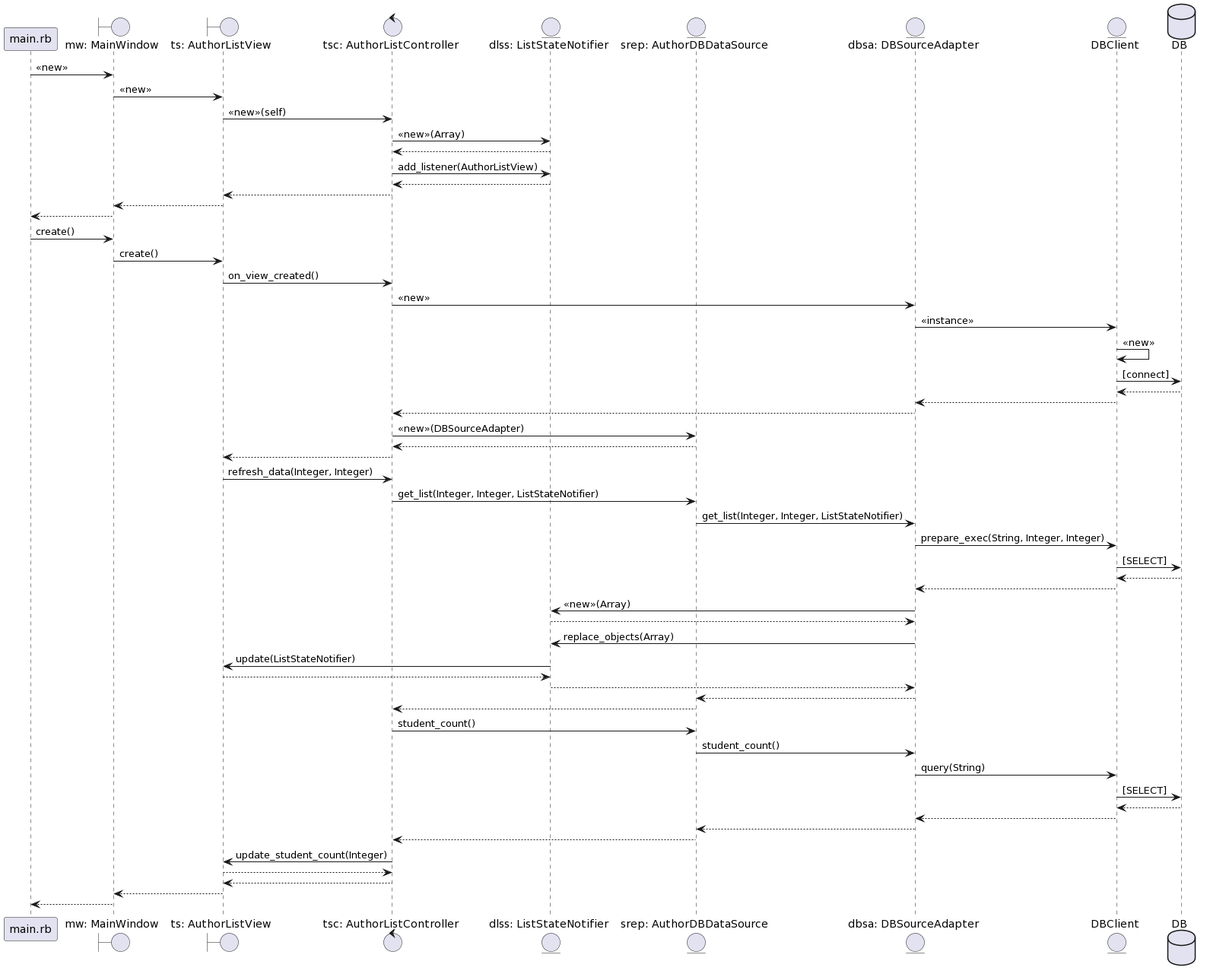
The PlantUML diagram diagrams/start.png in StarProxima/library_system, before a commit. Its source is kept beside it as diagrams/start.puml.
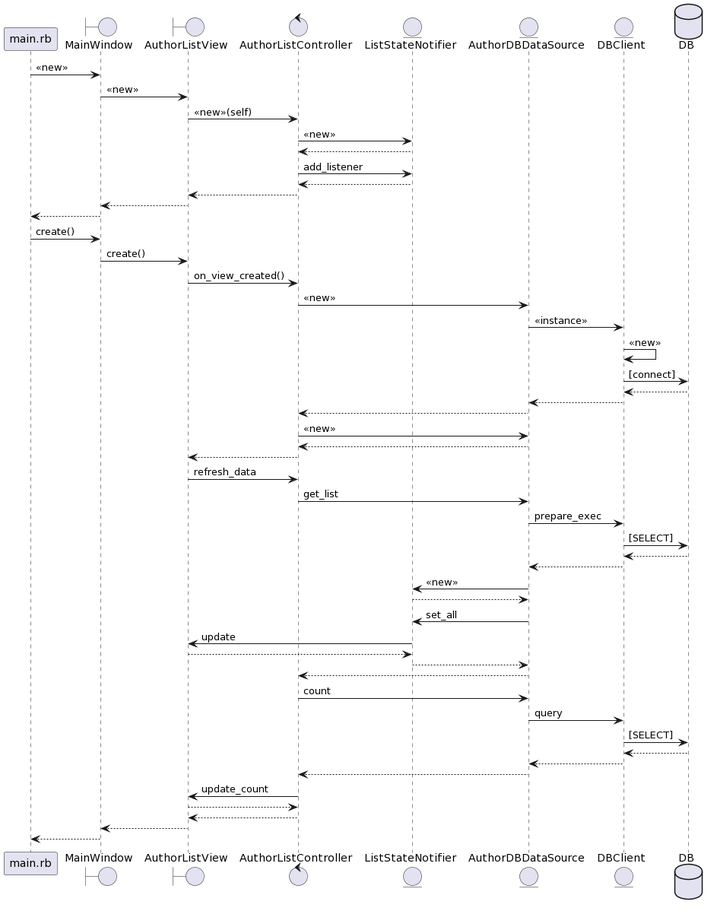
After the commit.

Change to the diagram source:
```diff
@@ -4,12 +4,11 @@
 
 
 
-boundary    "mw: MainWindow"                as mw
-boundary    "ts: AuthorListView"               as ts
-control     "tsc: AuthorListController"    as tsc
-entity      "dlss: ListStateNotifier"    as dlss
-entity      "srep: AuthorDBDataSource"       as srep
-entity      "dbsa: DBSourceAdapter"         as dbsa
+boundary    "MainWindow"                as mw
+boundary    "AuthorListView"               as ts
+control     "AuthorListController"    as tsc
+entity      "ListStateNotifier"    as dlss
+entity      "AuthorDBDataSource"       as srep
 entity      "DBClient"            as dbds
 
 database    DB                              as db
@@ -17,9 +16,9 @@
 main -> mw : <<new>>
 mw -> ts : <<new>>
 ts -> tsc : <<new>>(self)
-tsc -> dlss : <<new>>(Array)
+tsc -> dlss : <<new>>
 dlss --> tsc
-tsc -> dlss : add_listener(AuthorListView)
+tsc -> dlss : add_listener
 dlss --> tsc
 tsc --> ts
 ts --> mw
@@ -28,47 +27,41 @@
 main -> mw : create()
 mw -> ts : create()
 ts -> tsc : on_view_created()
-tsc -> dbsa : <<new>>
-dbsa -> dbds : <<instance>>
+tsc -> srep : <<new>>
+srep -> dbds : <<instance>>
 dbds -> dbds : <<new>>
 dbds -> db : [connect]
 db --> dbds
-dbds --> dbsa
-dbsa --> tsc
-tsc -> srep : <<new>>(DBSourceAdapter)
+dbds --> srep
+srep --> tsc
+tsc -> srep : <<new>>
 srep --> tsc
 tsc --> ts
 
-ts -> tsc : refresh_data(Integer, Integer)
-tsc -> srep : get_list(Integer, Integer, ListStateNotifier)
-srep -> dbsa : get_list(Integer, Integer, ListStateNotifier)
-dbsa -> dbds : prepare_exec(String, Integer, Integer)
+ts -> tsc : refresh_data
+tsc -> srep : get_list
+srep -> dbds : prepare_exec
 dbds -> db : [SELECT]
 db --> dbds
-dbds --> dbsa
-dbsa -> dlss : <<new>>(Array)
-dlss --> dbsa
-dbsa -> dlss : replace_objects(Array)
-dlss -> ts : update(ListStateNotifier)
+dbds --> srep
+srep -> dlss : <<new>>
+dlss --> srep
+srep -> dlss : set_all
+dlss -> ts : update
 ts --> dlss
-dlss --> dbsa
-dbsa --> srep
+dlss --> srep
 srep --> tsc
 
-tsc -> srep : student_count()
-srep -> dbsa : student_count()
-dbsa -> dbds: query(String)
+tsc -> srep : count
+srep -> dbds: query
 dbds -> db : [SELECT]
 db --> dbds
-dbds --> dbsa
-dbsa --> srep
+dbds --> srep
 srep --> tsc
-tsc -> ts : update_student_count(Integer)
+tsc -> ts : update_count
 ts --> tsc
 tsc --> ts
 ts --> mw
 mw --> main
 
-
-
 @enduml
```
